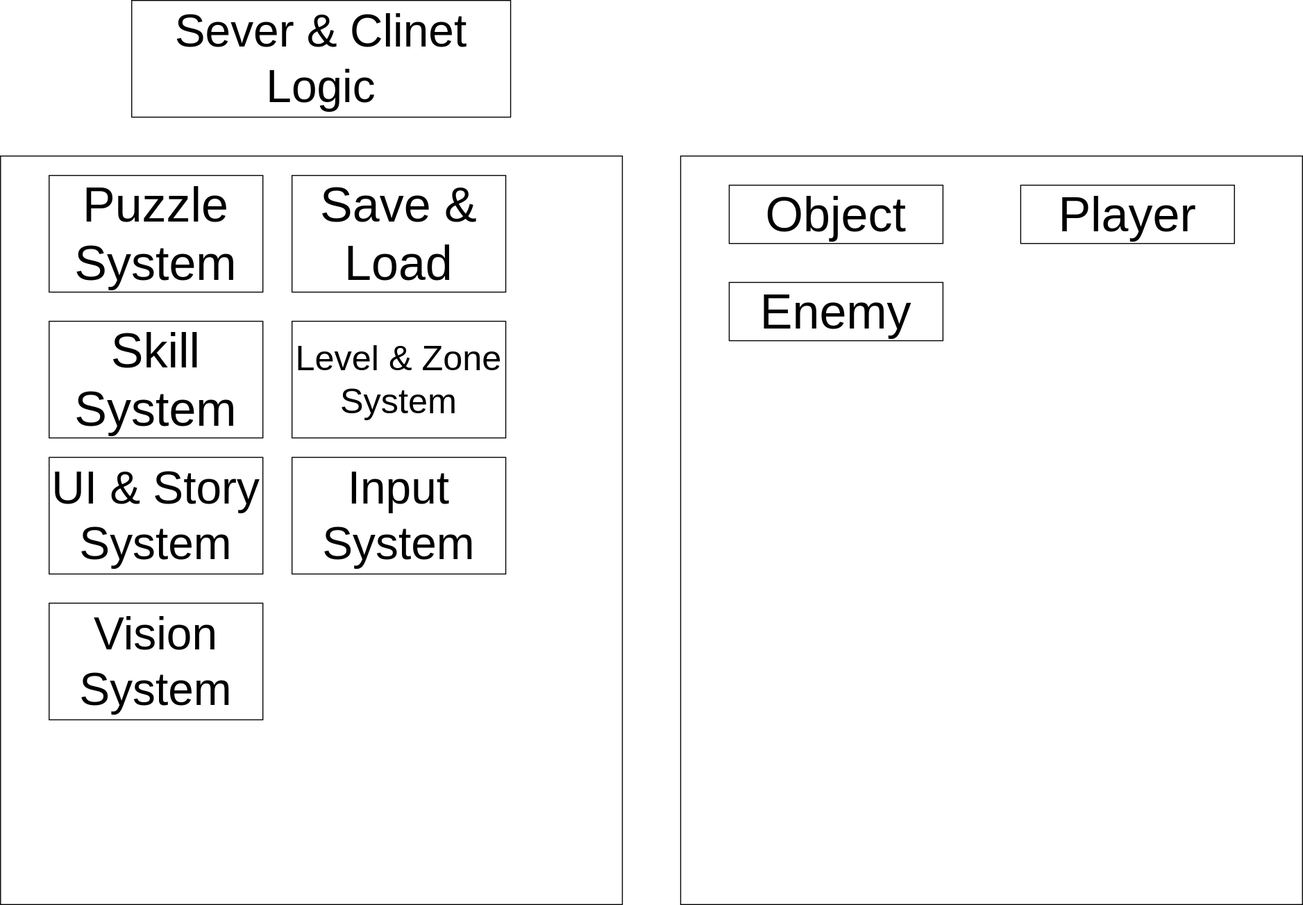
Before: System Diagram.drawio.svg, a diagram exported from draw.io (ihaha424/TP). Source tidied: cells renumbered, new cells last; positions are measured from the earlier drawing's top-left corner, leaving out a move shared by most shapes.
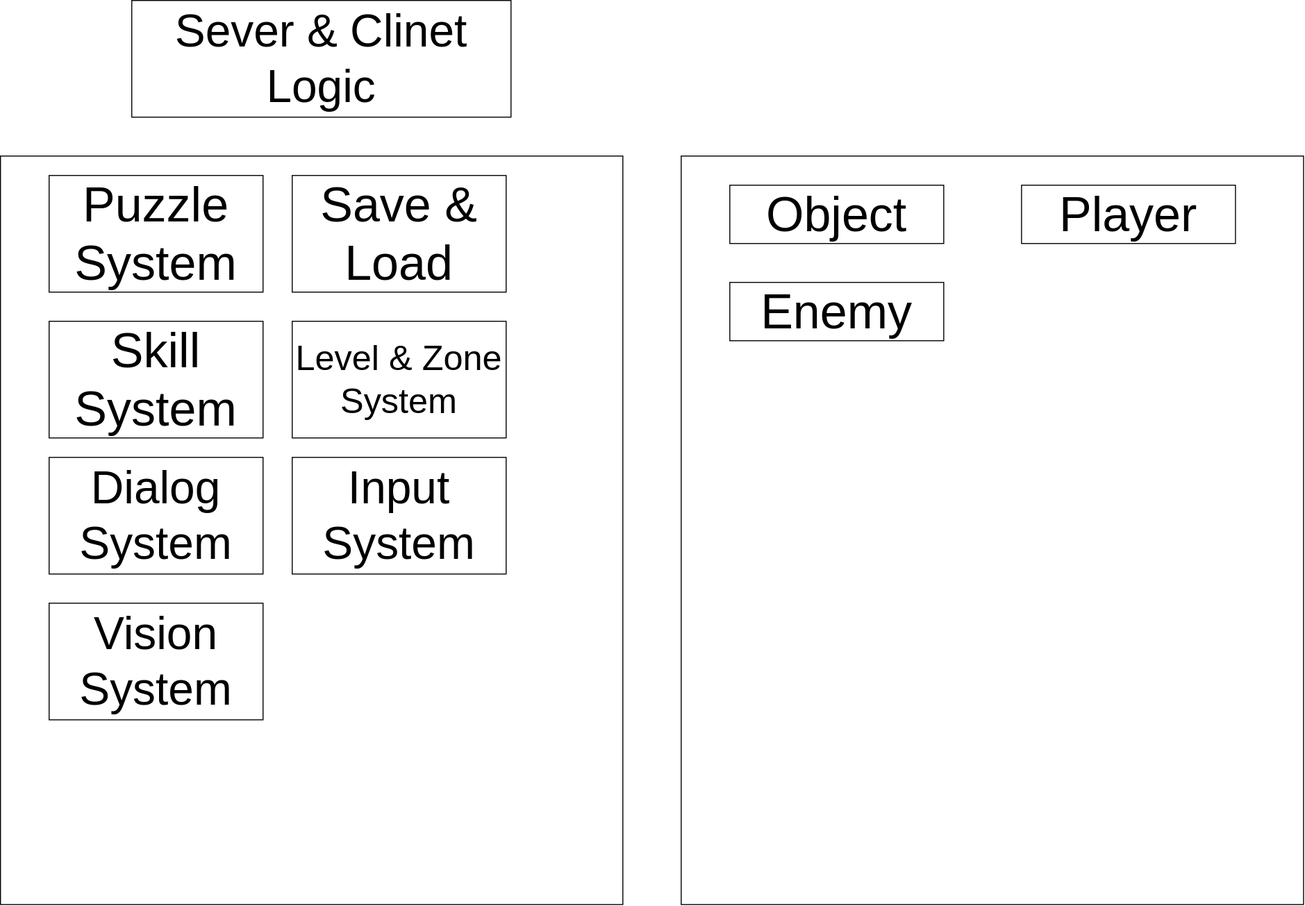
After the change.

Diff of the diagram source:
```diff
@@ -23,7 +23,7 @@
     <mxCell id="8" value="&lt;font style=&quot;font-size: 36px;&quot;&gt;Level &amp;amp; Zone System&lt;/font&gt;" style="rounded=0;whiteSpace=wrap;html=1;" parent="1" vertex="1">
       <mxGeometry x="300" y="330" width="220" height="120" as="geometry" />
     </mxCell>
-    <mxCell id="9" value="&lt;font style=&quot;font-size: 47px;&quot;&gt;UI &amp;amp; Story System&lt;/font&gt;" style="rounded=0;whiteSpace=wrap;html=1;" parent="1" vertex="1">
+    <mxCell id="9" value="&lt;font style=&quot;font-size: 47px;&quot;&gt;Dialog System&lt;/font&gt;" style="rounded=0;whiteSpace=wrap;html=1;" parent="1" vertex="1">
       <mxGeometry x="50" y="470" width="220" height="120" as="geometry" />
     </mxCell>
     <mxCell id="10" value="&lt;span style=&quot;font-size: 50px;&quot;&gt;Player&lt;/span&gt;" style="rounded=0;whiteSpace=wrap;html=1;" parent="1" vertex="1">
```
